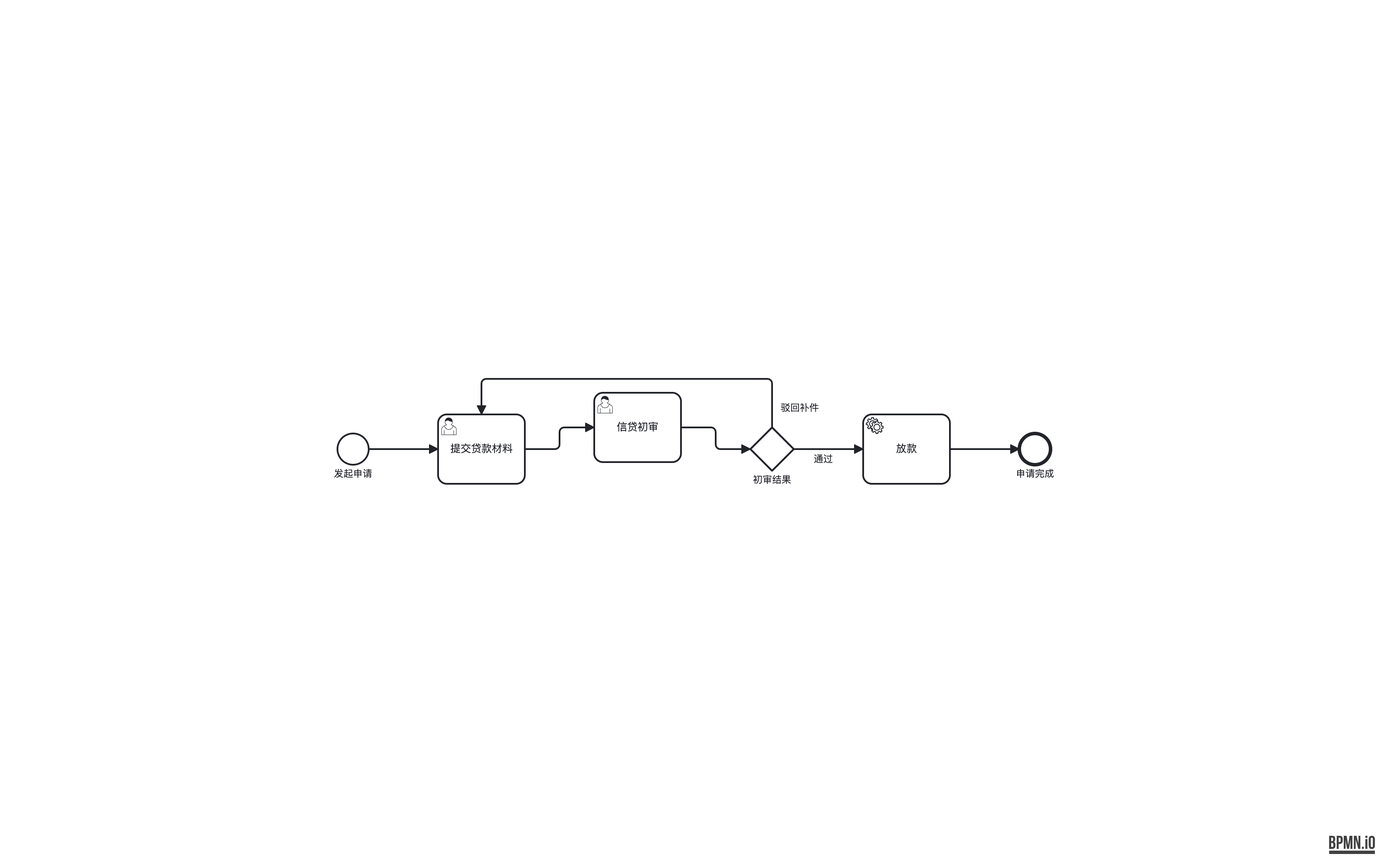
This is out-bpmn-png/78-event-subprocess-backedge-mix.png from LcpMarvel/tramito-layout, a BPMN export, as it was before one commit. Its source is kept beside it as out-xml/78-event-subprocess-backedge-mix.bpmn. Ids are renumbered.
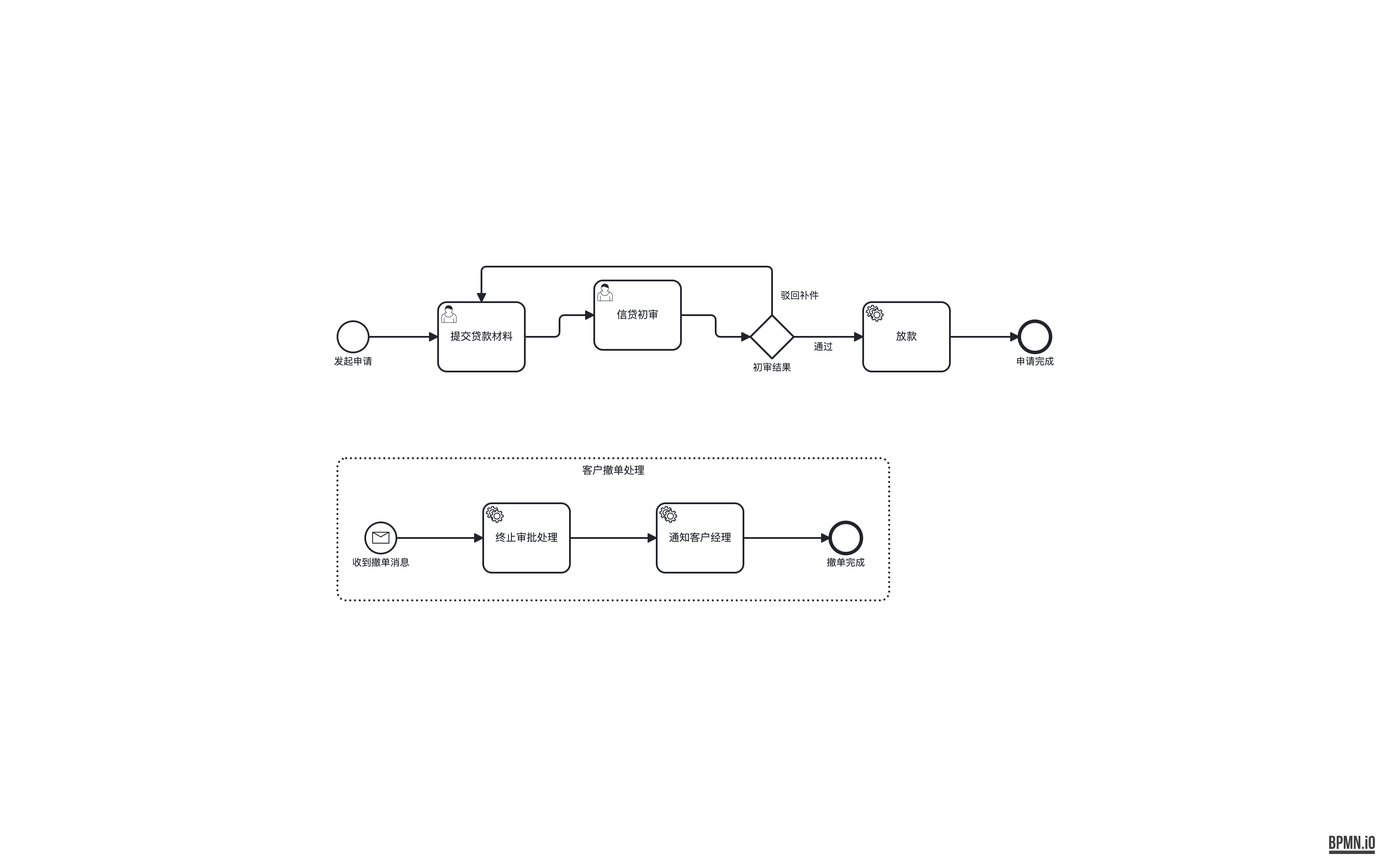
Later version of the same file.

Diff of the diagram source:
```diff
@@ -59,7 +59,7 @@
   <bpmndi:BPMNDiagram id="BPMNDiagram_definitions_event_subprocess_backedge_mix" name="BPMNDiagram">
     <bpmndi:BPMNPlane id="BPMNPlane_definitions_event_subprocess_backedge_mix" bpmnElement="process_loan_application">
       <bpmndi:BPMNShape id="process_loan_application_di" bpmnElement="process_loan_application">
-        <dc:Bounds x="0" y="0" width="904" height="169" />
+        <dc:Bounds x="0" y="0" width="904" height="421" />
       </bpmndi:BPMNShape>
       <bpmndi:BPMNShape id="start_main_di" bpmnElement="start_main">
         <dc:Bounds x="62" y="79" width="36" height="36" />
@@ -88,6 +88,39 @@
           <dc:Bounds x="838" y="119" width="56" height="14" />
         </bpmndi:BPMNLabel>
       </bpmndi:BPMNShape>
+      <bpmndi:BPMNShape id="event_sub_cancel_di" bpmnElement="event_sub_cancel" isExpanded="true">
+        <dc:Bounds x="62" y="237" width="636" height="164" />
+      </bpmndi:BPMNShape>
+      <bpmndi:BPMNShape id="cancel_start_di" bpmnElement="cancel_start">
+        <dc:Bounds x="94" y="311" width="36" height="36" />
+        <bpmndi:BPMNLabel>
+          <dc:Bounds x="70" y="351" width="84" height="14" />
+        </bpmndi:BPMNLabel>
+      </bpmndi:BPMNShape>
+      <bpmndi:BPMNShape id="cancel_task_terminate_di" bpmnElement="cancel_task_terminate">
+        <dc:Bounds x="230" y="289" width="100" height="80" />
+      </bpmndi:BPMNShape>
+      <bpmndi:BPMNShape id="cancel_task_notify_di" bpmnElement="cancel_task_notify">
+        <dc:Bounds x="430" y="289" width="100" height="80" />
+      </bpmndi:BPMNShape>
+      <bpmndi:BPMNShape id="cancel_end_di" bpmnElement="cancel_end">
+        <dc:Bounds x="630" y="311" width="36" height="36" />
+        <bpmndi:BPMNLabel>
+          <dc:Bounds x="620" y="351" width="56" height="14" />
+        </bpmndi:BPMNLabel>
+      </bpmndi:BPMNShape>
+      <bpmndi:BPMNEdge id="cancel_flow_1_di" bpmnElement="cancel_flow_1">
+        <di:waypoint x="130" y="329" />
+        <di:waypoint x="230" y="329" />
+      </bpmndi:BPMNEdge>
+      <bpmndi:BPMNEdge id="cancel_flow_2_di" bpmnElement="cancel_flow_2">
+        <di:waypoint x="330" y="329" />
+        <di:waypoint x="430" y="329" />
+      </bpmndi:BPMNEdge>
+      <bpmndi:BPMNEdge id="cancel_flow_3_di" bpmnElement="cancel_flow_3">
+        <di:waypoint x="530" y="329" />
+        <di:waypoint x="630" y="329" />
+      </bpmndi:BPMNEdge>
       <bpmndi:BPMNEdge id="main_flow_1_di" bpmnElement="main_flow_1">
         <di:waypoint x="98" y="97" />
         <di:waypoint x="178" y="97" />
```
